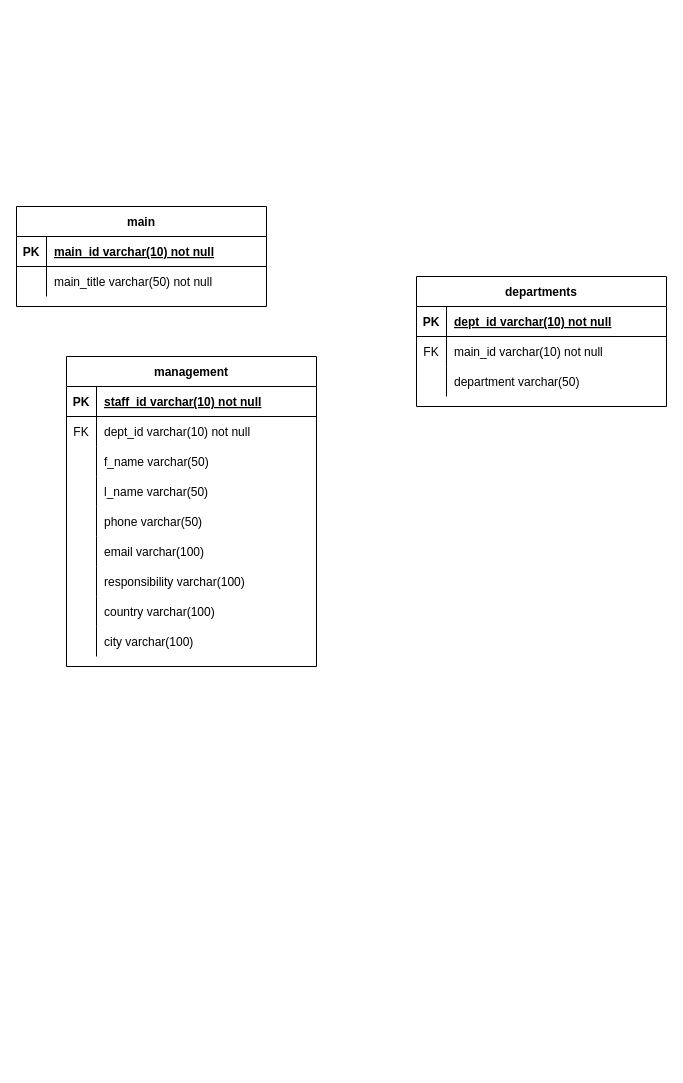
Earlier version of the draw.io diagram database/pet_project.drawio (vladimirbarikov/logistics_project). Source tidied: cells renumbered, new cells numbered last; positions are measured from the earlier drawing's top-left corner, leaving out a move shared by most shapes. Both pictures are drawn from the tidied source at 100%, with x=0, y=0 at pixel (16, 206).
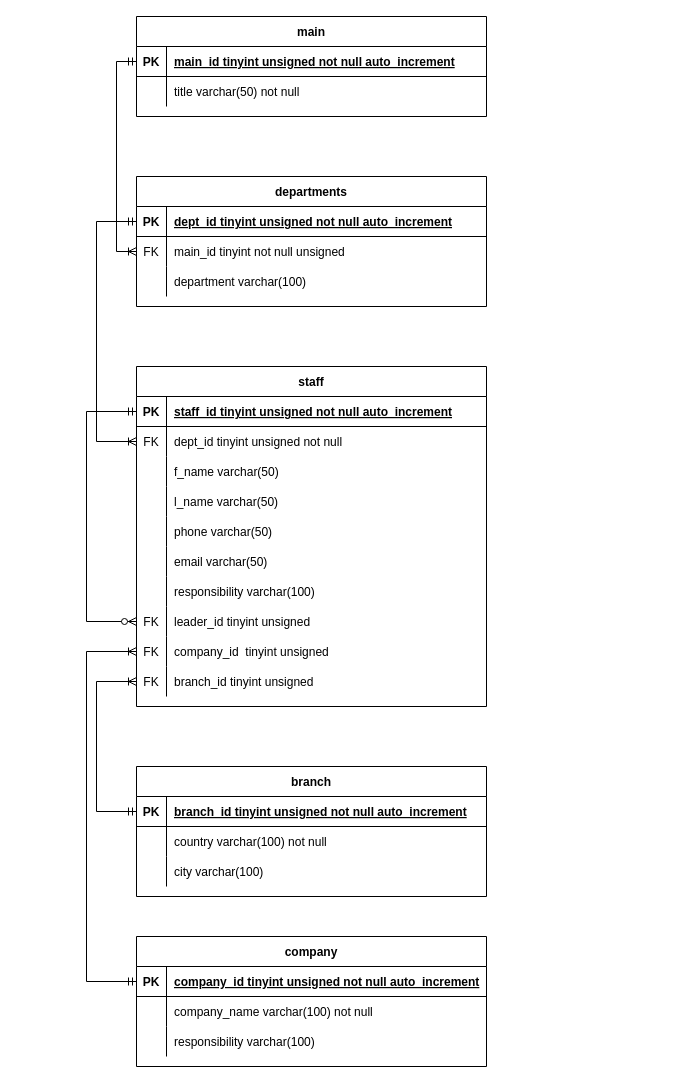
After the change.

Change to the diagram source:
```diff
@@
     <mxCell id="2" value="main" style="shape=table;startSize=30;childLayout=tableLayout;rowLines=0;fontStyle=1;align=center;" parent="1" vertex="1">
-      <mxGeometry width="250" height="100" as="geometry" />
+      <mxGeometry x="120" y="-190" width="350" height="100" as="geometry" />
     </mxCell>
     <mxCell id="3" style="shape=partialRectangle;fillColor=none;points=[[0,0.5],[1,0.5]];portConstraint=eastwest;top=0;left=0;right=0;bottom=1;" parent="2" vertex="1">
-      <mxGeometry y="30" width="250" height="30" as="geometry" />
+      <mxGeometry y="30" width="350" height="30" as="geometry" />
     </mxCell>
@@
-    <mxCell id="5" value="main_id varchar(10) not null" style="shape=partialRectangle;overflow=hidden;fillColor=none;top=0;left=0;bottom=0;right=0;align=left;spacingLeft=6;fontStyle=5;" parent="3" vertex="1">
-      <mxGeometry x="30" width="220" height="30" as="geometry" />
+    <mxCell id="5" value="main_id tinyint unsigned not null auto_increment" style="shape=partialRectangle;overflow=hidden;fillColor=none;top=0;left=0;bottom=0;right=0;align=left;spacingLeft=6;fontStyle=5;" parent="3" vertex="1">
+      <mxGeometry x="30" width="320" height="30" as="geometry" />
     </mxCell>
     <mxCell id="6" style="shape=partialRectangle;fillColor=none;top=0;left=0;right=0;bottom=0;" parent="2" vertex="1">
-      <mxGeometry y="60" width="250" height="30" as="geometry" />
+      <mxGeometry y="60" width="350" height="30" as="geometry" />
     </mxCell>
@@
-    <mxCell id="8" value="main_title varchar(50) not null" style="shape=partialRectangle;overflow=hidden;fillColor=none;top=0;left=0;bottom=0;right=0;align=left;spacingLeft=6;" parent="6" vertex="1">
-      <mxGeometry x="30" width="220" height="30" as="geometry" />
+    <mxCell id="8" value="title varchar(50) not null" style="shape=partialRectangle;overflow=hidden;fillColor=none;top=0;left=0;bottom=0;right=0;align=left;spacingLeft=6;" parent="6" vertex="1">
+      <mxGeometry x="30" width="320" height="30" as="geometry" />
     </mxCell>
     <mxCell id="9" value="departments" style="shape=table;startSize=30;childLayout=tableLayout;rowLines=0;fontStyle=1;align=center;" parent="1" vertex="1">
-      <mxGeometry x="400" y="70" width="250" height="130" as="geometry" />
+      <mxGeometry x="120" y="-30" width="350" height="130" as="geometry" />
     </mxCell>
     <mxCell id="10" style="shape=partialRectangle;fillColor=none;points=[[0,0.5],[1,0.5]];portConstraint=eastwest;top=0;left=0;right=0;bottom=1;" parent="9" vertex="1">
-      <mxGeometry y="30" width="250" height="30" as="geometry" />
+      <mxGeometry y="30" width="350" height="30" as="geometry" />
     </mxCell>
@@
-    <mxCell id="12" value="dept_id varchar(10) not null" style="shape=partialRectangle;overflow=hidden;fillColor=none;top=0;left=0;bottom=0;right=0;align=left;spacingLeft=6;fontStyle=5;" parent="10" vertex="1">
-      <mxGeometry x="30" width="220" height="30" as="geometry" />
+    <mxCell id="12" value="dept_id tinyint unsigned not null auto_increment" style="shape=partialRectangle;overflow=hidden;fillColor=none;top=0;left=0;bottom=0;right=0;align=left;spacingLeft=6;fontStyle=5;" parent="10" vertex="1">
+      <mxGeometry x="30" width="320" height="30" as="geometry" />
     </mxCell>
     <mxCell id="13" style="shape=partialRectangle;fillColor=none;points=[[0,0.5],[1,0.5]];portConstraint=eastwest;top=0;left=0;right=0;bottom=0;" parent="9" vertex="1">
-      <mxGeometry y="60" width="250" height="30" as="geometry" />
+      <mxGeometry y="60" width="350" height="30" as="geometry" />
     </mxCell>
@@
-    <mxCell id="15" value="main_id varchar(10) not null" style="shape=partialRectangle;overflow=hidden;fillColor=none;top=0;left=0;bottom=0;right=0;align=left;spacingLeft=6;" parent="13" vertex="1">
-      <mxGeometry x="30" width="220" height="30" as="geometry" />
+    <mxCell id="15" value="main_id tinyint not null unsigned" style="shape=partialRectangle;overflow=hidden;fillColor=none;top=0;left=0;bottom=0;right=0;align=left;spacingLeft=6;" parent="13" vertex="1">
+      <mxGeometry x="30" width="320" height="30" as="geometry" />
     </mxCell>
     <mxCell id="16" style="shape=partialRectangle;fillColor=none;top=0;left=0;right=0;bottom=0;" parent="9" vertex="1">
-      <mxGeometry y="90" width="250" height="30" as="geometry" />
+      <mxGeometry y="90" width="350" height="30" as="geometry" />
     </mxCell>
@@
-    <mxCell id="18" value="department varchar(50)" style="shape=partialRectangle;overflow=hidden;fillColor=none;top=0;left=0;bottom=0;right=0;align=left;spacingLeft=6;" parent="16" vertex="1">
-      <mxGeometry x="30" width="220" height="30" as="geometry" />
+    <mxCell id="18" value="department varchar(100)" style="shape=partialRectangle;overflow=hidden;fillColor=none;top=0;left=0;bottom=0;right=0;align=left;spacingLeft=6;" parent="16" vertex="1">
+      <mxGeometry x="30" width="320" height="30" as="geometry" />
     </mxCell>
-    <mxCell id="19" value="management" style="shape=table;startSize=30;childLayout=tableLayout;rowLines=0;fontStyle=1;align=center;" parent="1" vertex="1">
-      <mxGeometry x="50" y="150" width="250" height="310" as="geometry" />
+    <mxCell id="19" value="staff" style="shape=table;startSize=30;childLayout=tableLayout;rowLines=0;fontStyle=1;align=center;" parent="1" vertex="1">
+      <mxGeometry x="120" y="160" width="350" height="340" as="geometry" />
     </mxCell>
     <mxCell id="20" style="shape=partialRectangle;fillColor=none;points=[[0,0.5],[1,0.5]];portConstraint=eastwest;top=0;left=0;right=0;bottom=1;" parent="19" vertex="1">
-      <mxGeometry y="30" width="250" height="30" as="geometry" />
+      <mxGeometry y="30" width="350" height="30" as="geometry" />
     </mxCell>
@@
-    <mxCell id="22" value="staff_id varchar(10) not null" style="shape=partialRectangle;overflow=hidden;fillColor=none;top=0;left=0;bottom=0;right=0;align=left;spacingLeft=6;fontStyle=5;" parent="20" vertex="1">
-      <mxGeometry x="30" width="220" height="30" as="geometry" />
+    <mxCell id="22" value="staff_id tinyint unsigned not null auto_increment" style="shape=partialRectangle;overflow=hidden;fillColor=none;top=0;left=0;bottom=0;right=0;align=left;spacingLeft=6;fontStyle=5;" parent="20" vertex="1">
+      <mxGeometry x="30" width="320" height="30" as="geometry" />
     </mxCell>
     <mxCell id="23" style="shape=partialRectangle;fillColor=none;points=[[0,0.5],[1,0.5]];portConstraint=eastwest;top=0;left=0;right=0;bottom=0;" parent="19" vertex="1">
-      <mxGeometry y="60" width="250" height="30" as="geometry" />
+      <mxGeometry y="60" width="350" height="30" as="geometry" />
     </mxCell>
@@
-    <mxCell id="25" value="dept_id varchar(10) not null" style="shape=partialRectangle;overflow=hidden;fillColor=none;top=0;left=0;bottom=0;right=0;align=left;spacingLeft=6;" parent="23" vertex="1">
-      <mxGeometry x="30" width="220" height="30" as="geometry" />
+    <mxCell id="25" value="dept_id tinyint unsigned not null" style="shape=partialRectangle;overflow=hidden;fillColor=none;top=0;left=0;bottom=0;right=0;align=left;spacingLeft=6;" parent="23" vertex="1">
+      <mxGeometry x="30" width="320" height="30" as="geometry" />
     </mxCell>
     <mxCell id="26" style="shape=partialRectangle;fillColor=none;top=0;left=0;right=0;bottom=0;" parent="19" vertex="1">
-      <mxGeometry y="90" width="250" height="30" as="geometry" />
+      <mxGeometry y="90" width="350" height="30" as="geometry" />
     </mxCell>
@@
     <mxCell id="28" value="f_name varchar(50)" style="shape=partialRectangle;overflow=hidden;fillColor=none;top=0;left=0;bottom=0;right=0;align=left;spacingLeft=6;" parent="26" vertex="1">
-      <mxGeometry x="30" width="220" height="30" as="geometry" />
+      <mxGeometry x="30" width="320" height="30" as="geometry" />
     </mxCell>
     <mxCell id="29" style="shape=partialRectangle;fillColor=none;top=0;left=0;right=0;bottom=0;" parent="19" vertex="1">
-      <mxGeometry y="120" width="250" height="30" as="geometry" />
+      <mxGeometry y="120" width="350" height="30" as="geometry" />
     </mxCell>
@@
     <mxCell id="31" value="l_name varchar(50)" style="shape=partialRectangle;overflow=hidden;fillColor=none;top=0;left=0;bottom=0;right=0;align=left;spacingLeft=6;" parent="29" vertex="1">
-      <mxGeometry x="30" width="220" height="30" as="geometry" />
+      <mxGeometry x="30" width="320" height="30" as="geometry" />
     </mxCell>
     <mxCell id="32" style="shape=partialRectangle;fillColor=none;top=0;left=0;right=0;bottom=0;" parent="19" vertex="1">
-      <mxGeometry y="150" width="250" height="30" as="geometry" />
+      <mxGeometry y="150" width="350" height="30" as="geometry" />
     </mxCell>
@@
     <mxCell id="34" value="phone varchar(50)" style="shape=partialRectangle;overflow=hidden;fillColor=none;top=0;left=0;bottom=0;right=0;align=left;spacingLeft=6;" parent="32" vertex="1">
-      <mxGeometry x="30" width="220" height="30" as="geometry" />
+      <mxGeometry x="30" width="320" height="30" as="geometry" />
     </mxCell>
     <mxCell id="35" style="shape=partialRectangle;fillColor=none;top=0;left=0;right=0;bottom=0;" parent="19" vertex="1">
-      <mxGeometry y="180" width="250" height="30" as="geometry" />
+      <mxGeometry y="180" width="350" height="30" as="geometry" />
     </mxCell>
@@
-    <mxCell id="37" value="email varchar(100)" style="shape=partialRectangle;overflow=hidden;fillColor=none;top=0;left=0;bottom=0;right=0;align=left;spacingLeft=6;" parent="35" vertex="1">
-      <mxGeometry x="30" width="220" height="30" as="geometry" />
+    <mxCell id="37" value="email varchar(50)" style="shape=partialRectangle;overflow=hidden;fillColor=none;top=0;left=0;bottom=0;right=0;align=left;spacingLeft=6;" parent="35" vertex="1">
+      <mxGeometry x="30" width="320" height="30" as="geometry" />
     </mxCell>
     <mxCell id="38" style="shape=partialRectangle;fillColor=none;top=0;left=0;right=0;bottom=0;" parent="19" vertex="1">
-      <mxGeometry y="210" width="250" height="30" as="geometry" />
+      <mxGeometry y="210" width="350" height="30" as="geometry" />
     </mxCell>
@@
     <mxCell id="40" value="responsibility varchar(100)" style="shape=partialRectangle;overflow=hidden;fillColor=none;top=0;left=0;bottom=0;right=0;align=left;spacingLeft=6;" parent="38" vertex="1">
-      <mxGeometry x="30" width="220" height="30" as="geometry" />
+      <mxGeometry x="30" width="320" height="30" as="geometry" />
     </mxCell>
     <mxCell id="41" style="shape=partialRectangle;fillColor=none;points=[[0,0.5],[1,0.5]];portConstraint=eastwest;top=0;left=0;right=0;bottom=0;" parent="19" vertex="1">
-      <mxGeometry y="240" width="250" height="30" as="geometry" />
+      <mxGeometry y="240" width="350" height="30" as="geometry" />
     </mxCell>
-    <mxCell id="42" style="shape=partialRectangle;overflow=hidden;fillColor=none;top=0;left=0;bottom=0;right=0;" parent="41" vertex="1">
+    <mxCell id="42" value="FK" style="shape=partialRectangle;overflow=hidden;fillColor=none;top=0;left=0;bottom=0;right=0;" parent="41" vertex="1">
       <mxGeometry width="30" height="30" as="geometry" />
     </mxCell>
-    <mxCell id="43" value="country varchar(100)" style="shape=partialRectangle;overflow=hidden;fillColor=none;top=0;left=0;bottom=0;right=0;align=left;spacingLeft=6;" parent="41" vertex="1">
-      <mxGeometry x="30" width="220" height="30" as="geometry" />
+    <mxCell id="43" value="leader_id tinyint unsigned" style="shape=partialRectangle;overflow=hidden;fillColor=none;top=0;left=0;bottom=0;right=0;align=left;spacingLeft=6;" parent="41" vertex="1">
+      <mxGeometry x="30" width="320" height="30" as="geometry" />
     </mxCell>
     <mxCell id="44" style="shape=partialRectangle;fillColor=none;points=[[0,0.5],[1,0.5]];portConstraint=eastwest;top=0;left=0;right=0;bottom=0;" parent="19" vertex="1">
-      <mxGeometry y="270" width="250" height="30" as="geometry" />
+      <mxGeometry y="270" width="350" height="30" as="geometry" />
     </mxCell>
-    <mxCell id="45" style="shape=partialRectangle;overflow=hidden;fillColor=none;top=0;left=0;bottom=0;right=0;" parent="44" vertex="1">
+    <mxCell id="45" value="FK" style="shape=partialRectangle;overflow=hidden;fillColor=none;top=0;left=0;bottom=0;right=0;" parent="44" vertex="1">
       <mxGeometry width="30" height="30" as="geometry" />
     </mxCell>
-    <mxCell id="46" value="city varchar(100)" style="shape=partialRectangle;overflow=hidden;fillColor=none;top=0;left=0;bottom=0;right=0;align=left;spacingLeft=6;" parent="44" vertex="1">
-      <mxGeometry x="30" width="220" height="30" as="geometry" />
+    <mxCell id="46" value="company_id  tinyint unsigned " style="shape=partialRectangle;overflow=hidden;fillColor=none;top=0;left=0;bottom=0;right=0;align=left;spacingLeft=6;" parent="44" vertex="1">
+      <mxGeometry x="30" width="320" height="30" as="geometry" />
     </mxCell>
+    <mxCell id="47" style="shape=partialRectangle;fillColor=none;points=[[0,0.5],[1,0.5]];portConstraint=eastwest;top=0;left=0;right=0;bottom=0;" parent="19" vertex="1">
+      <mxGeometry y="300" width="350" height="30" as="geometry" />
+    </mxCell>
+    <mxCell id="48" value="FK" style="shape=partialRectangle;overflow=hidden;fillColor=none;top=0;left=0;bottom=0;right=0;" parent="47" vertex="1">
+      <mxGeometry width="30" height="30" as="geometry" />
+    </mxCell>
+    <mxCell id="49" value="branch_id tinyint unsigned" style="shape=partialRectangle;overflow=hidden;fillColor=none;top=0;left=0;bottom=0;right=0;align=left;spacingLeft=6;" parent="47" vertex="1">
+      <mxGeometry x="30" width="320" height="30" as="geometry" />
+    </mxCell>
+    <mxCell id="50" style="edgeStyle=elbowEdgeStyle;fontSize=12;html=1;endArrow=ERzeroToMany;startArrow=ERmandOne;rounded=0;exitX=0;exitY=0.5;exitDx=0;exitDy=0;entryX=0;entryY=0.5;entryDx=0;entryDy=0;" parent="19" edge="1" source="20" target="41">
+      <mxGeometry relative="1" as="geometry">
+        <Array as="points">
+          <mxPoint x="-50" y="150" />
+        </Array>
+      </mxGeometry>
+    </mxCell>
+    <mxCell id="51" style="edgeStyle=elbowEdgeStyle;fontSize=12;html=1;endArrow=ERoneToMany;startArrow=ERmandOne;rounded=0;exitX=0;exitY=0.5;exitDx=0;exitDy=0;entryX=0;entryY=0.5;entryDx=0;entryDy=0;" parent="1" edge="1" source="3" target="13">
+      <mxGeometry relative="1" as="geometry">
+        <Array as="points">
+          <mxPoint x="100" y="-40" />
+        </Array>
+      </mxGeometry>
+    </mxCell>
+    <mxCell id="52" style="edgeStyle=elbowEdgeStyle;fontSize=12;html=1;endArrow=ERoneToMany;startArrow=ERmandOne;rounded=0;exitX=0;exitY=0.5;exitDx=0;exitDy=0;" parent="1" edge="1" source="10" target="23">
+      <mxGeometry relative="1" as="geometry">
+        <Array as="points">
+          <mxPoint x="80" y="100" />
+          <mxPoint x="50" y="55" />
+        </Array>
+      </mxGeometry>
+    </mxCell>
+    <mxCell id="53" value="branch" style="shape=table;startSize=30;childLayout=tableLayout;rowLines=0;fontStyle=1;align=center;" parent="1" vertex="1">
+      <mxGeometry x="120" y="560" width="350" height="130" as="geometry" />
+    </mxCell>
+    <mxCell id="54" style="shape=partialRectangle;fillColor=none;points=[[0,0.5],[1,0.5]];portConstraint=eastwest;top=0;left=0;right=0;bottom=1;" parent="53" vertex="1">
+      <mxGeometry y="30" width="350" height="30" as="geometry" />
+    </mxCell>
+    <mxCell id="55" value="PK" style="shape=partialRectangle;overflow=hidden;fillColor=none;top=0;left=0;bottom=0;right=0;fontStyle=1;" parent="54" vertex="1">
+      <mxGeometry width="30" height="30" as="geometry" />
+    </mxCell>
+    <mxCell id="56" value="branch_id tinyint unsigned not null auto_increment" style="shape=partialRectangle;overflow=hidden;fillColor=none;top=0;left=0;bottom=0;right=0;align=left;spacingLeft=6;fontStyle=5;" parent="54" vertex="1">
+      <mxGeometry x="30" width="320" height="30" as="geometry" />
+    </mxCell>
+    <mxCell id="57" style="shape=partialRectangle;fillColor=none;top=0;left=0;right=0;bottom=0;" parent="53" vertex="1">
+      <mxGeometry y="60" width="350" height="30" as="geometry" />
+    </mxCell>
+    <mxCell id="58" style="shape=partialRectangle;overflow=hidden;fillColor=none;top=0;left=0;bottom=0;right=0;" parent="57" vertex="1">
+      <mxGeometry width="30" height="30" as="geometry" />
+    </mxCell>
+    <mxCell id="59" value="country varchar(100) not null" style="shape=partialRectangle;overflow=hidden;fillColor=none;top=0;left=0;bottom=0;right=0;align=left;spacingLeft=6;" parent="57" vertex="1">
+      <mxGeometry x="30" width="320" height="30" as="geometry" />
+    </mxCell>
+    <mxCell id="60" style="shape=partialRectangle;fillColor=none;top=0;left=0;right=0;bottom=0;" parent="53" vertex="1">
+      <mxGeometry y="90" width="350" height="30" as="geometry" />
+    </mxCell>
+    <mxCell id="61" style="shape=partialRectangle;overflow=hidden;fillColor=none;top=0;left=0;bottom=0;right=0;" parent="60" vertex="1">
+      <mxGeometry width="30" height="30" as="geometry" />
+    </mxCell>
+    <mxCell id="62" value="city varchar(100) " style="shape=partialRectangle;overflow=hidden;fillColor=none;top=0;left=0;bottom=0;right=0;align=left;spacingLeft=6;" parent="60" vertex="1">
+      <mxGeometry x="30" width="320" height="30" as="geometry" />
+    </mxCell>
+    <mxCell id="63" style="edgeStyle=elbowEdgeStyle;fontSize=12;html=1;endArrow=ERoneToMany;startArrow=ERmandOne;rounded=0;exitX=0;exitY=0.5;exitDx=0;exitDy=0;entryX=0;entryY=0.5;entryDx=0;entryDy=0;" parent="1" edge="1" source="54" target="47">
+      <mxGeometry relative="1" as="geometry">
+        <Array as="points">
+          <mxPoint x="80" y="520" />
+          <mxPoint x="590" y="390" />
+        </Array>
+      </mxGeometry>
+    </mxCell>
+    <mxCell id="64" value="company" style="shape=table;startSize=30;childLayout=tableLayout;rowLines=0;fontStyle=1;align=center;" parent="1" vertex="1">
+      <mxGeometry x="120" y="730" width="350" height="130" as="geometry" />
+    </mxCell>
+    <mxCell id="65" style="shape=partialRectangle;fillColor=none;points=[[0,0.5],[1,0.5]];portConstraint=eastwest;top=0;left=0;right=0;bottom=1;" parent="64" vertex="1">
+      <mxGeometry y="30" width="350" height="30" as="geometry" />
+    </mxCell>
+    <mxCell id="66" value="PK" style="shape=partialRectangle;overflow=hidden;fillColor=none;top=0;left=0;bottom=0;right=0;fontStyle=1;" parent="65" vertex="1">
+      <mxGeometry width="30" height="30" as="geometry" />
+    </mxCell>
+    <mxCell id="67" value="company_id tinyint unsigned not null auto_increment" style="shape=partialRectangle;overflow=hidden;fillColor=none;top=0;left=0;bottom=0;right=0;align=left;spacingLeft=6;fontStyle=5;" parent="65" vertex="1">
+      <mxGeometry x="30" width="320" height="30" as="geometry" />
+    </mxCell>
+    <mxCell id="68" style="shape=partialRectangle;fillColor=none;top=0;left=0;right=0;bottom=0;" parent="64" vertex="1">
+      <mxGeometry y="60" width="350" height="30" as="geometry" />
+    </mxCell>
+    <mxCell id="69" style="shape=partialRectangle;overflow=hidden;fillColor=none;top=0;left=0;bottom=0;right=0;" parent="68" vertex="1">
+      <mxGeometry width="30" height="30" as="geometry" />
+    </mxCell>
+    <mxCell id="70" value="company_name varchar(100) not null" style="shape=partialRectangle;overflow=hidden;fillColor=none;top=0;left=0;bottom=0;right=0;align=left;spacingLeft=6;" parent="68" vertex="1">
+      <mxGeometry x="30" width="320" height="30" as="geometry" />
+    </mxCell>
+    <mxCell id="71" style="shape=partialRectangle;fillColor=none;top=0;left=0;right=0;bottom=0;" parent="64" vertex="1">
+      <mxGeometry y="90" width="350" height="30" as="geometry" />
+    </mxCell>
+    <mxCell id="72" style="shape=partialRectangle;overflow=hidden;fillColor=none;top=0;left=0;bottom=0;right=0;" parent="71" vertex="1">
+      <mxGeometry width="30" height="30" as="geometry" />
+    </mxCell>
+    <mxCell id="73" value="responsibility varchar(100)" style="shape=partialRectangle;overflow=hidden;fillColor=none;top=0;left=0;bottom=0;right=0;align=left;spacingLeft=6;" parent="71" vertex="1">
+      <mxGeometry x="30" width="320" height="30" as="geometry" />
+    </mxCell>
+    <mxCell id="74" style="edgeStyle=elbowEdgeStyle;fontSize=12;html=1;endArrow=ERoneToMany;startArrow=ERmandOne;rounded=0;exitX=0;exitY=0.5;exitDx=0;exitDy=0;entryX=0;entryY=0.5;entryDx=0;entryDy=0;" parent="1" edge="1" source="65" target="44">
+      <mxGeometry relative="1" as="geometry">
+        <Array as="points">
+          <mxPoint x="70" y="600" />
+          <mxPoint x="510" y="505" />
+        </Array>
+      </mxGeometry>
+    </mxCell>
```
